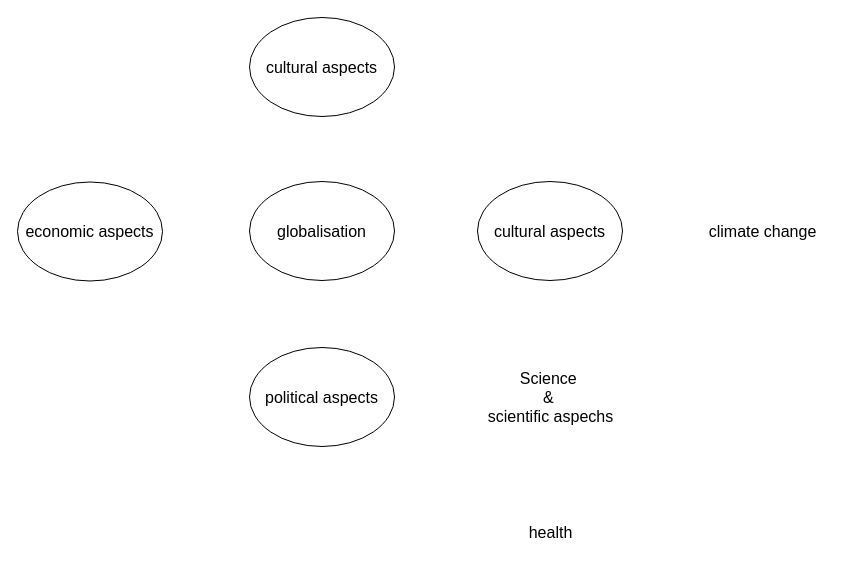
Earlier version of the draw.io diagram _Sonstige_/Diagramme/XML/Mind map Globalisation.drawio (Maxbleibtgeheim/WBS-Norderstedt). Source tidied: cells renumbered, new cells numbered last; positions are measured from the earlier drawing's top-left corner, leaving out a move shared by most shapes. Both pictures are drawn from the tidied source at 100%, with x=0, y=0 at pixel (17, 17).
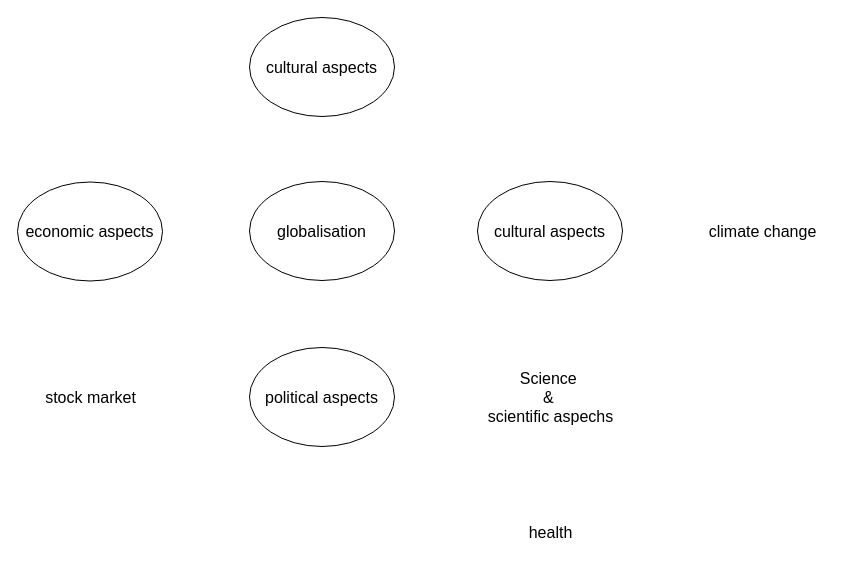
The same diagram, later.

Diff of the diagram source:
```diff
@@
 <mxGraphModel>
   <root>
     <mxCell id="0" />
     <mxCell id="1" parent="0" />
     <mxCell id="2" value="&lt;font style=&quot;font-size: 16px;&quot;&gt;cultural aspects&lt;/font&gt;" style="ellipse;whiteSpace=wrap;html=1;" parent="1" vertex="1">
       <mxGeometry x="232" width="145" height="99" as="geometry" />
     </mxCell>
     <mxCell id="3" value="&lt;font style=&quot;font-size: 16px;&quot;&gt;climate change&lt;/font&gt;" style="text;html=1;align=center;verticalAlign=middle;strokeColor=none;fillColor=none;" parent="1" vertex="1">
       <mxGeometry x="680" y="199" width="130" height="30" as="geometry" />
     </mxCell>
     <mxCell id="4" value="&lt;div&gt;&lt;span style=&quot;font-size: 16px;&quot;&gt;Science&amp;nbsp;&lt;/span&gt;&lt;/div&gt;&lt;div&gt;&lt;span style=&quot;font-size: 16px;&quot;&gt;&amp;amp;&amp;nbsp;&lt;/span&gt;&lt;/div&gt;&lt;div&gt;&lt;span style=&quot;font-size: 16px;&quot;&gt;scientific aspechs&lt;/span&gt;&lt;/div&gt;" style="text;html=1;align=center;verticalAlign=middle;strokeColor=none;fillColor=none;" parent="1" vertex="1">
       <mxGeometry x="457.5" y="344.5" width="150" height="70" as="geometry" />
     </mxCell>
     <mxCell id="5" value="&lt;span style=&quot;font-size: 16px;&quot;&gt;health&lt;/span&gt;" style="text;html=1;align=center;verticalAlign=middle;strokeColor=none;fillColor=none;" parent="1" vertex="1">
       <mxGeometry x="497.5" y="500" width="70" height="30" as="geometry" />
     </mxCell>
     <mxCell id="6" value="&lt;span style=&quot;font-size: 16px;&quot;&gt;globalisation&lt;/span&gt;" style="ellipse;whiteSpace=wrap;html=1;" parent="1" vertex="1">
       <mxGeometry x="232" y="164" width="145" height="99" as="geometry" />
     </mxCell>
     <mxCell id="7" value="&lt;span style=&quot;font-size: 16px;&quot;&gt;political aspects&lt;/span&gt;" style="ellipse;whiteSpace=wrap;html=1;" parent="1" vertex="1">
       <mxGeometry x="232" y="330" width="145" height="99" as="geometry" />
     </mxCell>
     <mxCell id="8" value="&lt;font style=&quot;font-size: 16px;&quot;&gt;cultural aspects&lt;/font&gt;" style="ellipse;whiteSpace=wrap;html=1;" parent="1" vertex="1">
       <mxGeometry x="460" y="164" width="145" height="99" as="geometry" />
     </mxCell>
     <mxCell id="9" value="&lt;span style=&quot;font-size: 16px;&quot;&gt;economic aspects&lt;/span&gt;" style="ellipse;whiteSpace=wrap;html=1;" parent="1" vertex="1">
       <mxGeometry y="164.5" width="145" height="99" as="geometry" />
     </mxCell>
+    <mxCell id="10" value="&lt;div&gt;&lt;span style=&quot;font-size: 16px;&quot;&gt;stock market&lt;/span&gt;&lt;/div&gt;" style="text;html=1;align=center;verticalAlign=middle;strokeColor=none;fillColor=none;" parent="1" vertex="1">
+      <mxGeometry x="17.5" y="364.5" width="110" height="30" as="geometry" />
+    </mxCell>
   </root>
 </mxGraphModel>
```
